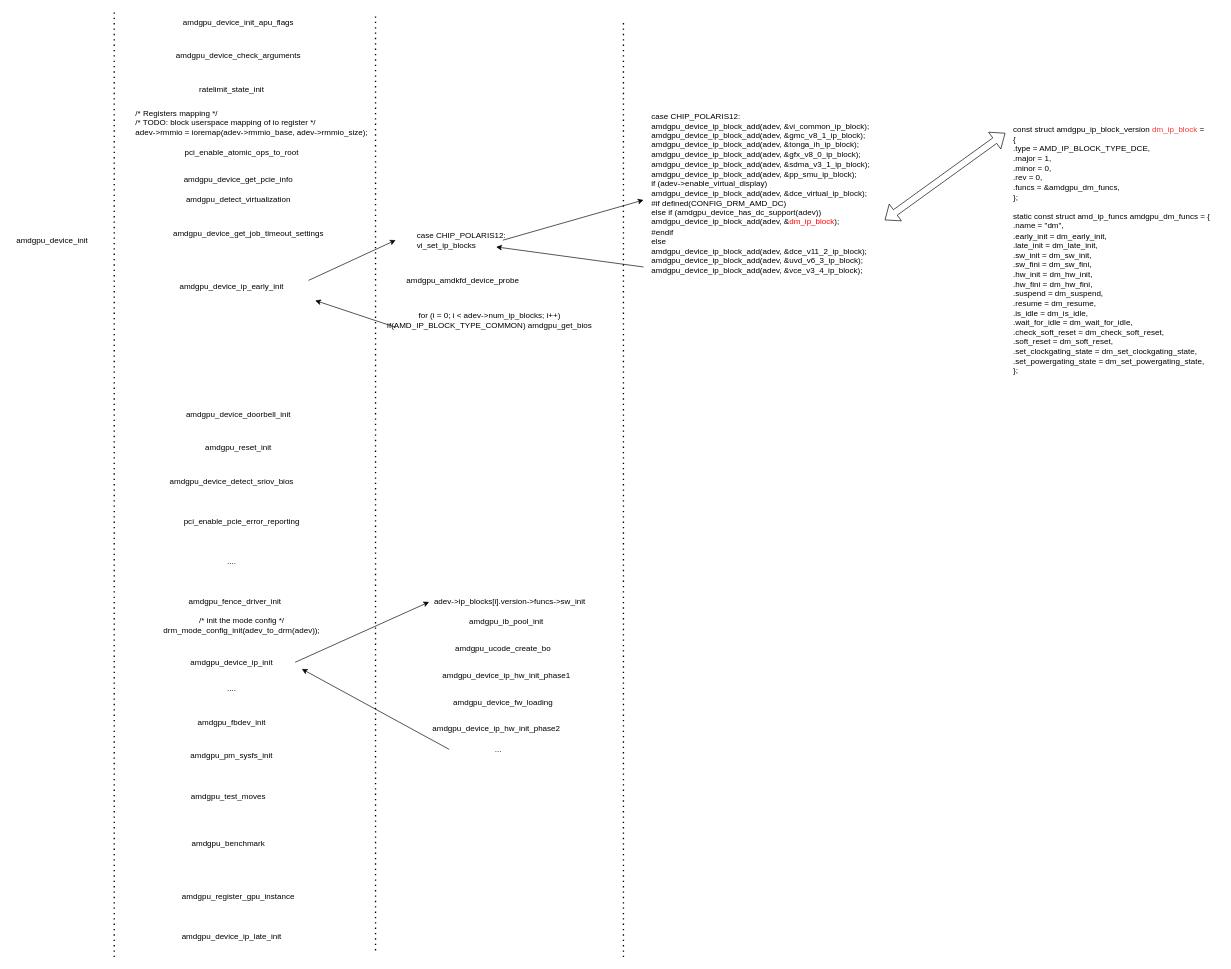
This is VGA compatible controller [0300]: Advanced Micro Devices, Inc. [AMD/ATI] Lexa PRO [Radeon 540/540X/550/550X / RX 540X/550/550X] [1002:699f] (rev c7).drawio from hongaoo/draw-io-files, a draw.io file, before an edit. Source tidied: cells renumbered, new cells numbered last; positions are measured from the earlier drawing's top-left corner, leaving out a move shared by most shapes. Both pictures are drawn from the tidied source at 67%, with x=0, y=0 at pixel (11, 12).
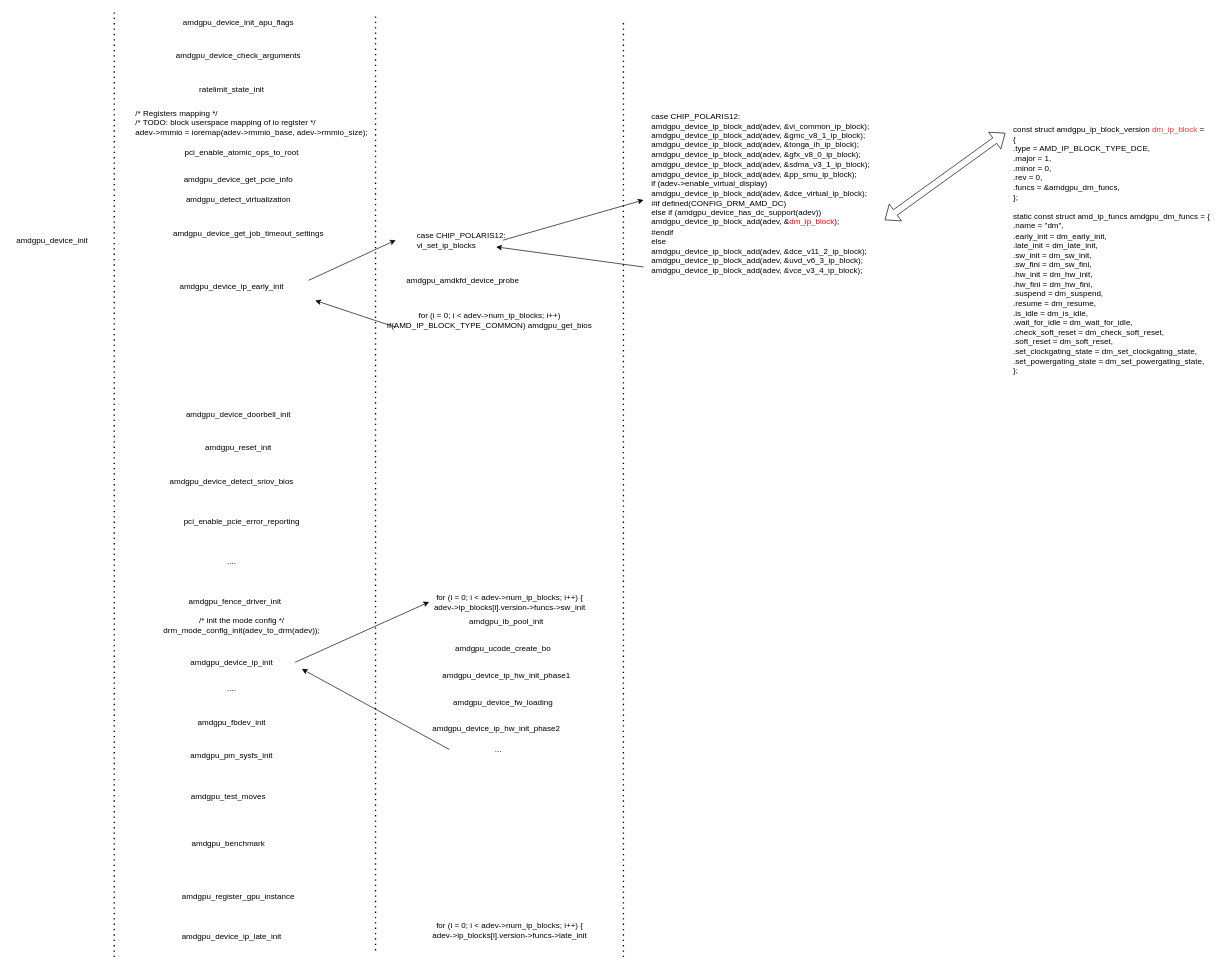
The same page after the edit.

Commit message:
Update VGA compatible controller [0300]: Advanced Micro Devices, Inc. [AMD/ATI] Lexa PRO [Radeon 540/540X/550/550X / RX 540X/550/550X] [1002:699f] (rev c7).drawio

Diff of the diagram source:
```diff
@@
-    <mxCell id="39" value="adev-&amp;gt;ip_blocks[i].version-&amp;gt;funcs-&amp;gt;sw_init" style="text;html=1;align=center;verticalAlign=middle;strokeColor=none;fillColor=none;fontColor=#000000;" parent="1" vertex="1">
-      <mxGeometry x="623" y="870" width="240" height="20" as="geometry" />
+    <mxCell id="39" value="for (i = 0; i &amp;lt; adev-&amp;gt;num_ip_blocks; i++) {&lt;br&gt;adev-&amp;gt;ip_blocks[i].version-&amp;gt;funcs-&amp;gt;sw_init" style="text;html=1;align=center;verticalAlign=middle;strokeColor=none;fillColor=none;fontColor=#000000;" parent="1" vertex="1">
+      <mxGeometry x="623" y="865" width="240" height="30" as="geometry" />
     </mxCell>
@@
+    <mxCell id="49" value="for (i = 0; i &amp;lt; adev-&amp;gt;num_ip_blocks; i++) {&lt;br&gt;adev-&amp;gt;ip_blocks[i].version-&amp;gt;funcs-&amp;gt;late_init" style="text;html=1;align=center;verticalAlign=middle;strokeColor=none;fillColor=none;fontColor=#000000;" parent="1" vertex="1">
+      <mxGeometry x="618" y="1355" width="250" height="30" as="geometry" />
+    </mxCell>
```
